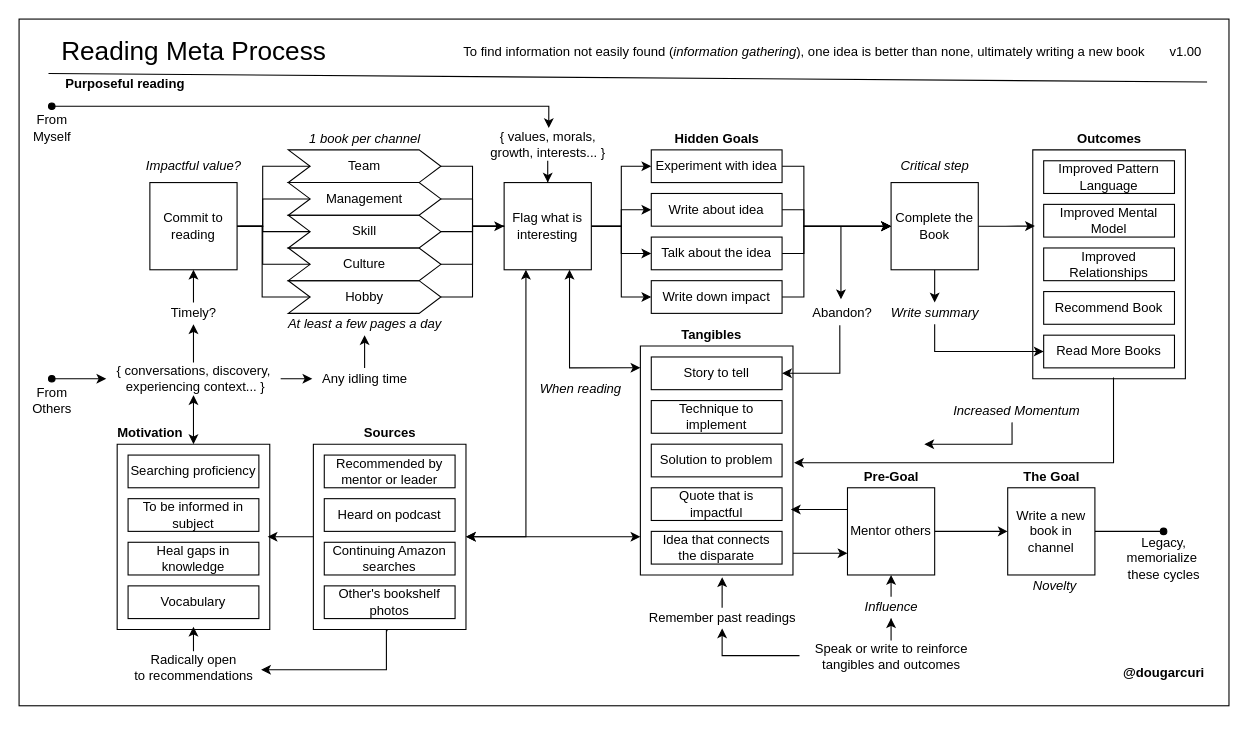
Before: books/diagrams/reading-process.drawio in solidi/learning-notes, a draw.io diagram. Source tidied: cells renumbered, new cells numbered last; positions are measured from the earlier drawing's top-left corner, leaving out a move shared by most shapes. Both pictures are drawn from the tidied source at 109%, with x=0, y=0 at pixel (19, 19).
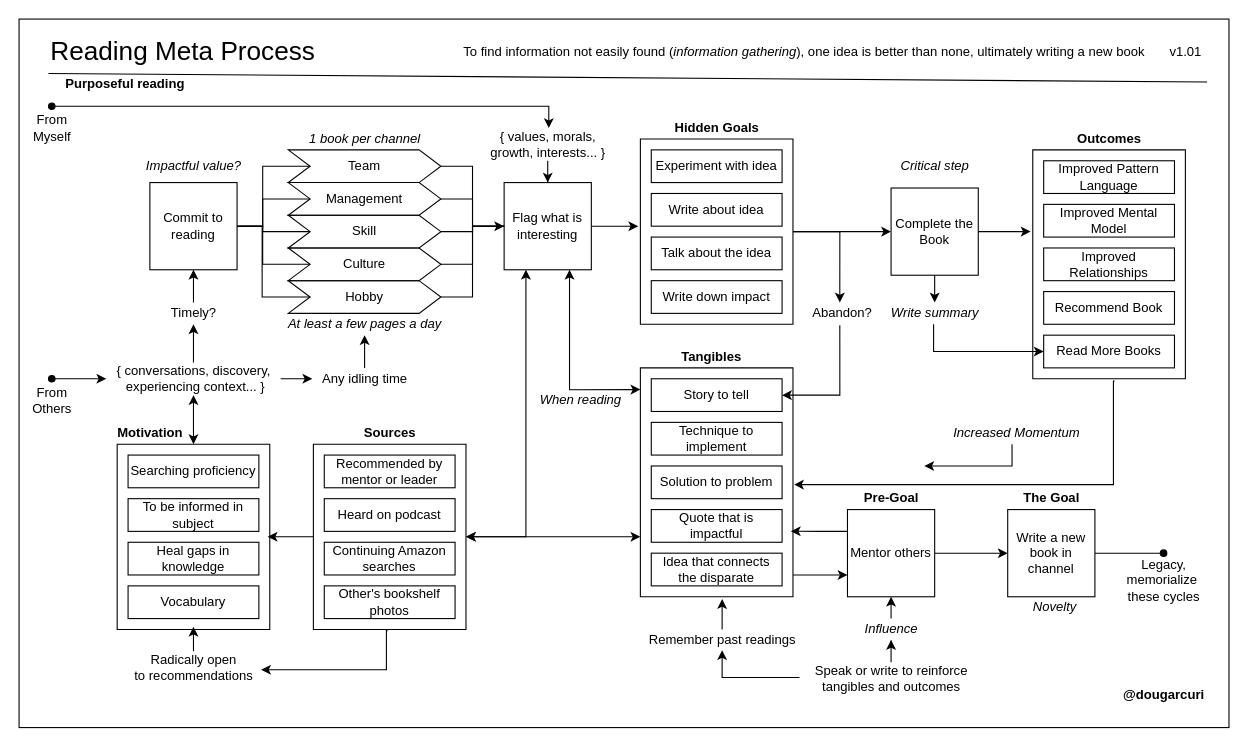
After the change.

Commit message (it also covers changes not shown here):
Simplify hidden goals in reading diagram

Unchanged cells that the change refers to:
```xml
<mxCell id="5" style="verticalLabelPosition=bottom;verticalAlign=top;html=1;shape=mxgraph.basic.rect;fillColor2=none;strokeWidth=1;size=20;indent=5;fillColor=none;" parent="1" vertex="1">
  <mxGeometry x="930" y="120" width="140" height="210" as="geometry" />
</mxCell>
<mxCell id="23" value="Flag what is interesting" style="whiteSpace=wrap;html=1;" parent="1" vertex="1">
  <mxGeometry x="445" y="150" width="80" height="80" as="geometry" />
</mxCell>
<mxCell id="25" value="Experiment with idea" style="rounded=0;whiteSpace=wrap;html=1;" parent="1" vertex="1">
  <mxGeometry x="580" y="120" width="120" height="30" as="geometry" />
</mxCell>
<mxCell id="27" value="Write about idea" style="rounded=0;whiteSpace=wrap;html=1;" parent="1" vertex="1">
  <mxGeometry x="580" y="160" width="120" height="30" as="geometry" />
</mxCell>
<mxCell id="32" value="Talk about the idea" style="rounded=0;whiteSpace=wrap;html=1;" parent="1" vertex="1">
  <mxGeometry x="580" y="200" width="120" height="30" as="geometry" />
</mxCell>
<mxCell id="38" value="Write down impact" style="rounded=0;whiteSpace=wrap;html=1;" parent="1" vertex="1">
  <mxGeometry x="580" y="240" width="120" height="30" as="geometry" />
</mxCell>
<mxCell id="43" value="Read More Books" style="rounded=0;whiteSpace=wrap;html=1;" parent="1" vertex="1">
  <mxGeometry x="940" y="290" width="120" height="30" as="geometry" />
</mxCell>
<mxCell id="104" value="&lt;i&gt;Write summary&lt;/i&gt;" style="text;html=1;align=center;verticalAlign=middle;points=[];" parent="1" vertex="1">
  <mxGeometry x="790" y="260" width="100" height="20" as="geometry" />
</mxCell>
<mxCell id="117" value="Abandon?" style="text;html=1;align=center;verticalAlign=middle;points=[];" parent="1" vertex="1">
  <mxGeometry x="720" y="260" width="70" height="20" as="geometry" />
</mxCell>
```

What changed in the source:
```diff
@@
     <mxCell id="2" style="rounded=0;whiteSpace=wrap;html=1;fillColor=none;" parent="1" vertex="1">
-      <mxGeometry width="1110" height="630" as="geometry" />
+      <mxGeometry width="1110" height="650" as="geometry" />
     </mxCell>
+    <mxCell id="119" style="edgeStyle=orthogonalEdgeStyle;rounded=0;jettySize=auto;html=1;entryX=0.471;entryY=0;entryDx=0;entryDy=0;entryPerimeter=0;startArrow=none;startFill=0;endArrow=classic;endFill=1;" parent="1" edge="1" source="120" target="117">
+      <mxGeometry relative="1" as="geometry" />
+    </mxCell>
+    <mxCell id="120" style="verticalLabelPosition=bottom;verticalAlign=top;html=1;shape=mxgraph.basic.rect;fillColor2=none;strokeWidth=1;size=20;indent=5;fillColor=none;" parent="1" vertex="1">
+      <mxGeometry x="570" y="110" width="140" height="170" as="geometry" />
+    </mxCell>
@@
-    <mxCell id="4" style="edgeStyle=orthogonalEdgeStyle;rounded=0;jettySize=auto;html=1;entryX=1.007;entryY=0.51;entryDx=0;entryDy=0;entryPerimeter=0;startArrow=none;startFill=0;endArrow=classic;endFill=1;exitX=0.529;exitY=0.994;exitDx=0;exitDy=0;exitPerimeter=0;" parent="1" edge="1" source="5" target="7">
+    <mxCell id="4" style="edgeStyle=orthogonalEdgeStyle;rounded=0;jettySize=auto;html=1;entryX=1.007;entryY=0.51;entryDx=0;entryDy=0;entryPerimeter=0;startArrow=none;startFill=0;endArrow=classic;endFill=1;exitX=0.536;exitY=1.01;exitDx=0;exitDy=0;exitPerimeter=0;" parent="1" edge="1" source="5" target="7">
       <mxGeometry relative="1" as="geometry">
         <Array as="points">
-          <mxPoint x="1004" y="407" />
+          <mxPoint x="1004" y="332" />
+          <mxPoint x="1004" y="427" />
         </Array>
       </mxGeometry>
     </mxCell>
@@
     <mxCell id="6" style="edgeStyle=orthogonalEdgeStyle;rounded=0;jettySize=auto;html=1;entryX=0;entryY=0.75;entryDx=0;entryDy=0;startArrow=none;startFill=0;endArrow=classic;endFill=1;" parent="1" edge="1" source="7" target="68">
       <mxGeometry relative="1" as="geometry">
         <Array as="points">
-          <mxPoint x="697" y="490" />
-          <mxPoint x="697" y="490" />
+          <mxPoint x="697" y="510" />
+          <mxPoint x="697" y="510" />
         </Array>
       </mxGeometry>
     </mxCell>
     <mxCell id="7" style="verticalLabelPosition=bottom;verticalAlign=top;html=1;shape=mxgraph.basic.rect;fillColor2=none;strokeWidth=1;size=20;indent=5;fillColor=none;" parent="1" vertex="1">
-      <mxGeometry x="570" y="300" width="140" height="210" as="geometry" />
+      <mxGeometry x="570" y="320" width="140" height="210" as="geometry" />
     </mxCell>
     <mxCell id="8" value="&lt;font style=&quot;font-size: 24px&quot;&gt;Reading Meta Process&lt;/font&gt;" style="text;html=1;align=center;verticalAlign=middle;" parent="1" vertex="1">
-      <mxGeometry x="30" y="20" width="260" height="20" as="geometry" />
+      <mxGeometry x="20" y="20" width="260" height="20" as="geometry" />
     </mxCell>
@@
-    <mxCell id="18" style="edgeStyle=orthogonalEdgeStyle;rounded=0;jettySize=auto;html=1;exitX=1;exitY=0.5;exitDx=0;exitDy=0;entryX=0;entryY=0.5;entryDx=0;entryDy=0;endArrow=classic;endFill=1;" parent="1" edge="1" source="23" target="25">
-      <mxGeometry relative="1" as="geometry" />
-    </mxCell>
-    <mxCell id="19" style="edgeStyle=orthogonalEdgeStyle;rounded=0;jettySize=auto;html=1;exitX=1;exitY=0.5;exitDx=0;exitDy=0;entryX=0;entryY=0.5;entryDx=0;entryDy=0;endArrow=classic;endFill=1;" parent="1" edge="1" source="23" target="27">
-      <mxGeometry relative="1" as="geometry" />
-    </mxCell>
-    <mxCell id="20" style="edgeStyle=orthogonalEdgeStyle;rounded=0;jettySize=auto;html=1;exitX=1;exitY=0.5;exitDx=0;exitDy=0;entryX=0;entryY=0.5;entryDx=0;entryDy=0;endArrow=classic;endFill=1;" parent="1" edge="1" source="23" target="32">
-      <mxGeometry relative="1" as="geometry" />
-    </mxCell>
-    <mxCell id="21" style="edgeStyle=orthogonalEdgeStyle;rounded=0;jettySize=auto;html=1;exitX=1;exitY=0.5;exitDx=0;exitDy=0;entryX=0;entryY=0.5;entryDx=0;entryDy=0;endArrow=classic;endFill=1;" parent="1" edge="1" source="23" target="38">
-      <mxGeometry relative="1" as="geometry" />
-    </mxCell>
@@
+    <mxCell id="121" style="edgeStyle=orthogonalEdgeStyle;rounded=0;jettySize=auto;html=1;exitX=1;exitY=0.5;exitDx=0;exitDy=0;entryX=-0.014;entryY=0.471;entryDx=0;entryDy=0;entryPerimeter=0;startArrow=none;startFill=0;endArrow=classic;endFill=1;" parent="1" edge="1" source="23" target="120">
+      <mxGeometry relative="1" as="geometry" />
+    </mxCell>
@@
-    <mxCell id="24" style="edgeStyle=orthogonalEdgeStyle;rounded=0;jettySize=auto;html=1;exitX=1;exitY=0.5;exitDx=0;exitDy=0;entryX=0;entryY=0.5;entryDx=0;entryDy=0;endArrow=classic;endFill=1;" parent="1" edge="1" source="25" target="47">
-      <mxGeometry relative="1" as="geometry">
-        <Array as="points">
-          <mxPoint x="720" y="135" />
-          <mxPoint x="720" y="190" />
-        </Array>
-      </mxGeometry>
-    </mxCell>
@@
-    <mxCell id="26" style="edgeStyle=orthogonalEdgeStyle;rounded=0;jettySize=auto;html=1;exitX=1;exitY=0.5;exitDx=0;exitDy=0;entryX=0;entryY=0.5;entryDx=0;entryDy=0;endArrow=classic;endFill=1;" parent="1" edge="1" source="27" target="47">
-      <mxGeometry relative="1" as="geometry">
-        <Array as="points">
-          <mxPoint x="720" y="175" />
-          <mxPoint x="720" y="190" />
-        </Array>
-      </mxGeometry>
-    </mxCell>
@@
-    <mxCell id="28" value="v1.00" style="text;html=1;align=center;verticalAlign=middle;" parent="1" vertex="1">
+    <mxCell id="28" value="v1.01" style="text;html=1;align=center;verticalAlign=middle;" parent="1" vertex="1">
       <mxGeometry x="1050" y="20" width="40" height="20" as="geometry" />
     </mxCell>
     <mxCell id="29" value="&lt;b&gt;@dougarcuri&lt;/b&gt;" style="text;html=1;align=center;verticalAlign=middle;" parent="1" vertex="1">
-      <mxGeometry x="1005" y="590" width="90" height="20" as="geometry" />
+      <mxGeometry x="1005" y="610" width="90" height="20" as="geometry" />
     </mxCell>
@@
-    <mxCell id="31" style="edgeStyle=orthogonalEdgeStyle;rounded=0;jettySize=auto;html=1;exitX=1;exitY=0.5;exitDx=0;exitDy=0;entryX=0;entryY=0.5;entryDx=0;entryDy=0;endArrow=classic;endFill=1;" parent="1" edge="1" source="32" target="47">
-      <mxGeometry relative="1" as="geometry">
-        <Array as="points">
-          <mxPoint x="720" y="215" />
-          <mxPoint x="720" y="190" />
-        </Array>
-      </mxGeometry>
-    </mxCell>
@@
-    <mxCell id="37" style="edgeStyle=orthogonalEdgeStyle;rounded=0;jettySize=auto;html=1;exitX=1;exitY=0.5;exitDx=0;exitDy=0;entryX=0;entryY=0.5;entryDx=0;entryDy=0;endArrow=classic;endFill=1;" parent="1" edge="1" source="38" target="47">
-      <mxGeometry relative="1" as="geometry">
-        <Array as="points">
-          <mxPoint x="720" y="255" />
-          <mxPoint x="720" y="190" />
-        </Array>
-      </mxGeometry>
-    </mxCell>
@@
+    <mxCell id="46" style="edgeStyle=orthogonalEdgeStyle;rounded=0;jettySize=auto;html=1;entryX=0.5;entryY=0;entryDx=0;entryDy=0;entryPerimeter=0;startArrow=none;startFill=0;endArrow=classic;endFill=1;" parent="1" edge="1" source="47" target="104">
+      <mxGeometry relative="1" as="geometry" />
+    </mxCell>
-    <mxCell id="44" style="edgeStyle=orthogonalEdgeStyle;rounded=0;jettySize=auto;html=1;exitX=1;exitY=0.5;exitDx=0;exitDy=0;entryX=0.014;entryY=0.333;entryDx=0;entryDy=0;entryPerimeter=0;startArrow=none;startFill=0;endArrow=classic;endFill=1;" parent="1" edge="1" source="47" target="5">
+    <mxCell id="44" style="edgeStyle=orthogonalEdgeStyle;rounded=0;jettySize=auto;html=1;exitX=1;exitY=0.5;exitDx=0;exitDy=0;entryX=-0.014;entryY=0.357;entryDx=0;entryDy=0;entryPerimeter=0;startArrow=none;startFill=0;endArrow=classic;endFill=1;" parent="1" edge="1" source="47" target="5">
       <mxGeometry relative="1" as="geometry" />
     </mxCell>
-    <mxCell id="45" style="edgeStyle=orthogonalEdgeStyle;rounded=0;jettySize=auto;html=1;exitX=0.5;exitY=1;exitDx=0;exitDy=0;entryX=0;entryY=0.5;entryDx=0;entryDy=0;startArrow=none;startFill=0;endArrow=classic;endFill=1;" parent="1" edge="1" source="104" target="43">
-      <mxGeometry relative="1" as="geometry">
-        <Array as="points">
-          <mxPoint x="840" y="305" />
-        </Array>
-      </mxGeometry>
-    </mxCell>
-    <mxCell id="46" style="edgeStyle=orthogonalEdgeStyle;rounded=0;jettySize=auto;html=1;entryX=0.5;entryY=0;entryDx=0;entryDy=0;entryPerimeter=0;startArrow=none;startFill=0;endArrow=classic;endFill=1;" parent="1" edge="1" source="47" target="104">
-      <mxGeometry relative="1" as="geometry" />
-    </mxCell>
     <mxCell id="47" value="Complete the Book" style="whiteSpace=wrap;html=1;" parent="1" vertex="1">
-      <mxGeometry x="800" y="150" width="80" height="80" as="geometry" />
+      <mxGeometry x="800" y="155" width="80" height="80" as="geometry" />
     </mxCell>
@@
     <mxCell id="56" value="Story to tell" style="rounded=0;whiteSpace=wrap;html=1;" parent="1" vertex="1">
-      <mxGeometry x="580" y="310" width="120" height="30" as="geometry" />
+      <mxGeometry x="580" y="330" width="120" height="30" as="geometry" />
     </mxCell>
     <mxCell id="57" value="Technique to implement" style="rounded=0;whiteSpace=wrap;html=1;" parent="1" vertex="1">
-      <mxGeometry x="580" y="350" width="120" height="30" as="geometry" />
+      <mxGeometry x="580" y="370" width="120" height="30" as="geometry" />
     </mxCell>
     <mxCell id="58" value="Solution to problem" style="rounded=0;whiteSpace=wrap;html=1;" parent="1" vertex="1">
-      <mxGeometry x="580" y="390" width="120" height="30" as="geometry" />
+      <mxGeometry x="580" y="410" width="120" height="30" as="geometry" />
     </mxCell>
     <mxCell id="59" value="Quote that is impactful" style="rounded=0;whiteSpace=wrap;html=1;" parent="1" vertex="1">
-      <mxGeometry x="580" y="430" width="120" height="30" as="geometry" />
+      <mxGeometry x="580" y="450" width="120" height="30" as="geometry" />
     </mxCell>
     <mxCell id="60" value="Idea that connects the disparate" style="rounded=0;whiteSpace=wrap;html=1;" parent="1" vertex="1">
-      <mxGeometry x="580" y="470" width="120" height="30" as="geometry" />
+      <mxGeometry x="580" y="490" width="120" height="30" as="geometry" />
     </mxCell>
     <mxCell id="61" value="&lt;b&gt;Tangibles&lt;/b&gt;" style="text;html=1;align=center;verticalAlign=middle;" parent="1" vertex="1">
-      <mxGeometry x="600" y="280" width="70" height="20" as="geometry" />
+      <mxGeometry x="600" y="300" width="70" height="20" as="geometry" />
     </mxCell>
@@
     <mxCell id="64" style="edgeStyle=orthogonalEdgeStyle;rounded=0;jettySize=auto;html=1;exitX=1;exitY=0.5;exitDx=0;exitDy=0;startArrow=none;startFill=0;endArrow=oval;endFill=1;" parent="1" edge="1" source="65">
       <mxGeometry relative="1" as="geometry">
-        <mxPoint x="1050" y="470" as="targetPoint" />
+        <mxPoint x="1050" y="490" as="targetPoint" />
       </mxGeometry>
     </mxCell>
     <mxCell id="65" value="Write a new book in channel" style="whiteSpace=wrap;html=1;" parent="1" vertex="1">
-      <mxGeometry x="907" y="430" width="80" height="80" as="geometry" />
+      <mxGeometry x="907" y="450" width="80" height="80" as="geometry" />
     </mxCell>
@@
     <mxCell id="68" value="Mentor others" style="whiteSpace=wrap;html=1;" parent="1" vertex="1">
-      <mxGeometry x="760" y="430" width="80" height="80" as="geometry" />
+      <mxGeometry x="760" y="450" width="80" height="80" as="geometry" />
     </mxCell>
     <mxCell id="69" value="&lt;b&gt;The Goal&lt;/b&gt;" style="text;html=1;align=center;verticalAlign=middle;" parent="1" vertex="1">
-      <mxGeometry x="912" y="410" width="70" height="20" as="geometry" />
+      <mxGeometry x="912" y="430" width="70" height="20" as="geometry" />
     </mxCell>
@@
     <mxCell id="77" value="&lt;b&gt;Hidden Goals&lt;/b&gt;" style="text;html=1;align=center;verticalAlign=middle;" parent="1" vertex="1">
-      <mxGeometry x="595" y="100" width="90" height="20" as="geometry" />
+      <mxGeometry x="595" y="90" width="90" height="20" as="geometry" />
     </mxCell>
     <mxCell id="78" value="&lt;i&gt;When reading&lt;/i&gt;" style="text;html=1;align=center;verticalAlign=middle;" parent="1" vertex="1">
-      <mxGeometry x="470" y="330" width="90" height="20" as="geometry" />
+      <mxGeometry x="470" y="340" width="90" height="20" as="geometry" />
     </mxCell>
@@
     <mxCell id="91" style="edgeStyle=orthogonalEdgeStyle;rounded=0;jettySize=auto;html=1;entryX=0.5;entryY=0.985;entryDx=0;entryDy=0;entryPerimeter=0;startArrow=none;startFill=0;endArrow=classic;endFill=1;" parent="1" edge="1" source="111">
       <mxGeometry relative="1" as="geometry">
-        <mxPoint x="800" y="510" as="targetPoint" />
+        <mxPoint x="800" y="530" as="targetPoint" />
       </mxGeometry>
     </mxCell>
     <mxCell id="92" style="edgeStyle=orthogonalEdgeStyle;rounded=0;jettySize=auto;html=1;entryX=0.5;entryY=0.95;entryDx=0;entryDy=0;entryPerimeter=0;startArrow=none;startFill=0;endArrow=classic;endFill=1;exitX=-0.025;exitY=0.467;exitDx=0;exitDy=0;exitPerimeter=0;" parent="1" edge="1" source="93" target="109">
       <mxGeometry relative="1" as="geometry">
         <Array as="points">
-          <mxPoint x="645" y="584" />
+          <mxPoint x="645" y="604" />
         </Array>
       </mxGeometry>
     </mxCell>
     <mxCell id="93" value="Speak or write to reinforce&lt;br&gt;tangibles and outcomes" style="text;html=1;align=center;verticalAlign=middle;points=[];" parent="1" vertex="1">
-      <mxGeometry x="720" y="570" width="160" height="30" as="geometry" />
+      <mxGeometry x="720" y="590" width="160" height="30" as="geometry" />
     </mxCell>
     <mxCell id="94" style="edgeStyle=orthogonalEdgeStyle;rounded=0;jettySize=auto;html=1;startArrow=none;startFill=0;endArrow=classic;endFill=1;exitX=0.469;exitY=1;exitDx=0;exitDy=0;exitPerimeter=0;" parent="1" edge="1" source="95">
       <mxGeometry relative="1" as="geometry">
-        <mxPoint x="830" y="390" as="targetPoint" />
+        <mxPoint x="830" y="410" as="targetPoint" />
       </mxGeometry>
     </mxCell>
     <mxCell id="95" value="&lt;i&gt;Increased Momentum&lt;/i&gt;" style="text;html=1;align=center;verticalAlign=middle;points=[];" parent="1" vertex="1">
-      <mxGeometry x="850" y="350" width="130" height="20" as="geometry" />
+      <mxGeometry x="850" y="370" width="130" height="20" as="geometry" />
     </mxCell>
     <mxCell id="96" value="&lt;b&gt;Pre-Goal&lt;/b&gt;" style="text;html=1;align=center;verticalAlign=middle;" parent="1" vertex="1">
-      <mxGeometry x="765" y="410" width="70" height="20" as="geometry" />
+      <mxGeometry x="765" y="430" width="70" height="20" as="geometry" />
     </mxCell>
     <mxCell id="97" value="Legacy, &lt;br&gt;memorialize&amp;nbsp;&lt;br&gt;these cycles" style="text;html=1;align=center;verticalAlign=middle;" parent="1" vertex="1">
-      <mxGeometry x="1010" y="470" width="80" height="50" as="geometry" />
+      <mxGeometry x="1010" y="490" width="80" height="50" as="geometry" />
     </mxCell>
@@
+    <mxCell id="45" style="edgeStyle=orthogonalEdgeStyle;rounded=0;jettySize=auto;html=1;entryX=0;entryY=0.5;entryDx=0;entryDy=0;startArrow=none;startFill=0;endArrow=classic;endFill=1;exitX=0.49;exitY=1;exitDx=0;exitDy=0;exitPerimeter=0;" parent="1" edge="1" source="104" target="43">
+      <mxGeometry relative="1" as="geometry" />
+    </mxCell>
@@
     <mxCell id="109" value="Remember past readings" style="text;html=1;align=center;verticalAlign=middle;points=[];" parent="1" vertex="1">
-      <mxGeometry x="570" y="540" width="150" height="20" as="geometry" />
+      <mxGeometry x="570" y="560" width="150" height="20" as="geometry" />
     </mxCell>
     <mxCell id="110" value="&lt;i&gt;Novelty&lt;/i&gt;" style="text;html=1;align=center;verticalAlign=middle;" parent="1" vertex="1">
-      <mxGeometry x="920" y="510" width="60" height="20" as="geometry" />
+      <mxGeometry x="920" y="530" width="60" height="20" as="geometry" />
     </mxCell>
     <mxCell id="111" value="&lt;i&gt;Influence&lt;/i&gt;" style="text;html=1;align=center;verticalAlign=middle;points=[];" parent="1" vertex="1">
-      <mxGeometry x="770" y="530" width="60" height="20" as="geometry" />
+      <mxGeometry x="770" y="550" width="60" height="20" as="geometry" />
     </mxCell>
@@
-    <mxCell id="118" style="endArrow=classic;html=1;entryX=0.486;entryY=-0.15;entryDx=0;entryDy=0;entryPerimeter=0;" parent="1" edge="1" target="117">
-      <mxGeometry relative="1" as="geometry">
-        <mxPoint x="754" y="190" as="sourcePoint" />
-      </mxGeometry>
-    </mxCell>
+    <mxCell id="122" style="edgeStyle=orthogonalEdgeStyle;rounded=0;jettySize=auto;html=1;entryX=0;entryY=0.5;entryDx=0;entryDy=0;startArrow=none;startFill=0;endArrow=classic;endFill=1;" parent="1" edge="1" source="120" target="47">
+      <mxGeometry relative="1" as="geometry" />
+    </mxCell>
```
